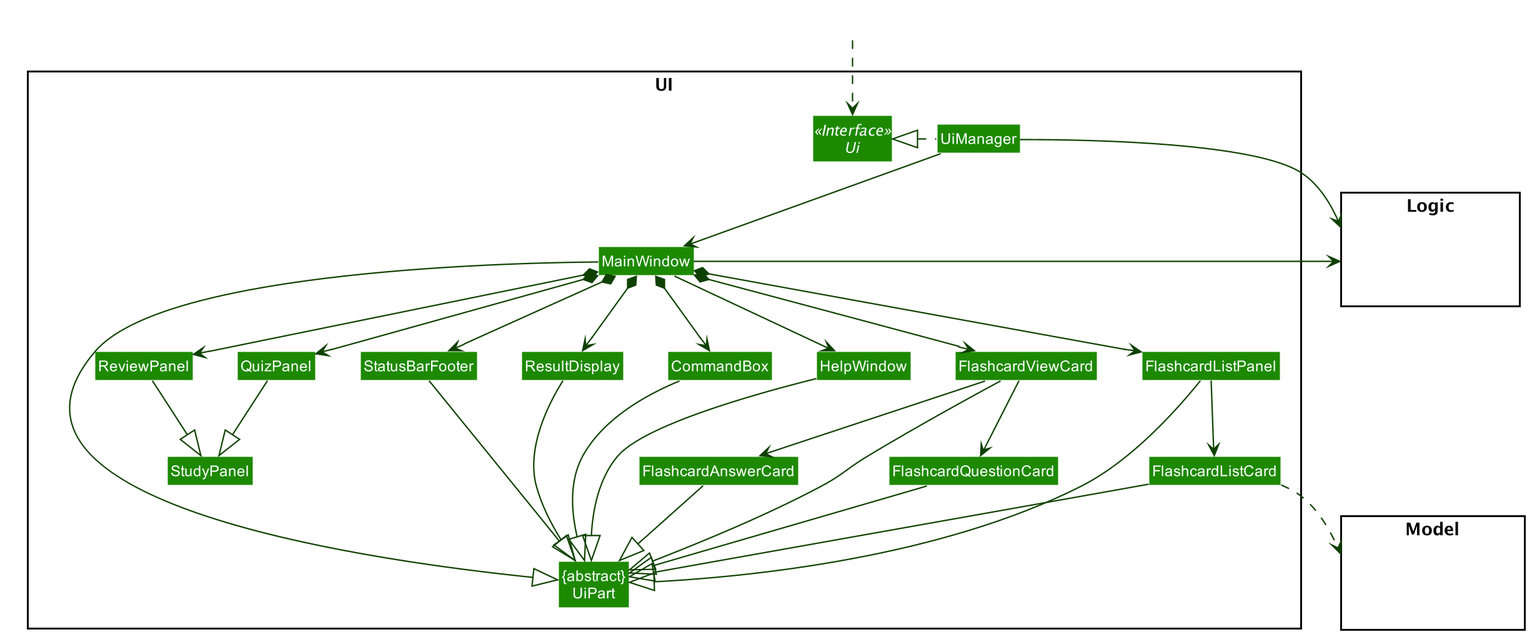
The PlantUML diagram docs/images/UiClassDiagram.png in nus-cs2103-AY2021S1/tp, before a commit.
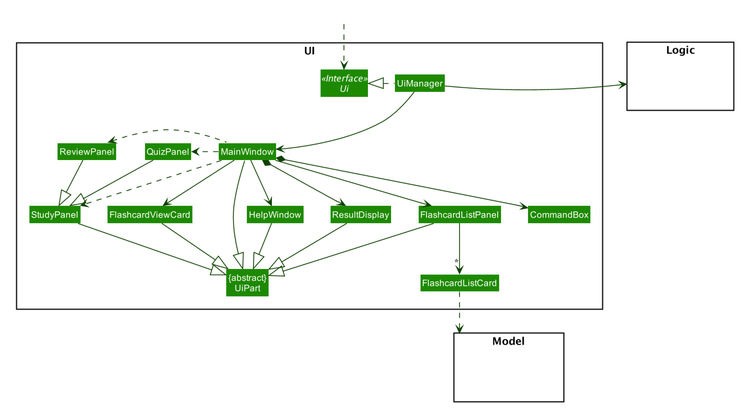
After the change.

Commit message:
Add UI Class Diagram

What changed in the source:
```diff
@@ -57,17 +57,15 @@
 Class UiManager
 Class MainWindow
 Class HelpWindow
-Class StudyPanel
-Class QuizPanel
-Class ReviewPanel
 Class ResultDisplay
+Class CommandBox
 Class FlashcardListPanel
 Class FlashcardListCard
 Class FlashcardViewCard
-Class FlashcardQuestionCard
-Class FlashcardAnswerCard
-Class StatusBarFooter
-Class CommandBox
+Class StudyPanel
+Class ReviewPanel
+Class QuizPanel
+
 }
 
 package Model <<Rectangle>> {
@@ -80,47 +78,35 @@
 
 Class HiddenOutside #FFFFFF
 HiddenOutside ..> Ui
+UiManager .left.|> Ui
+UiManager -right-> Logic
+UiManager -down-> MainWindow
 
-UiManager .left.|> Ui
-UiManager -down-> MainWindow
-MainWindow --> HelpWindow
+MainWindow -down-> FlashcardListPanel
+MainWindow *-down-> ResultDisplay
 MainWindow *-down-> CommandBox
-MainWindow *-down-> ResultDisplay
-MainWindow *-down-> FlashcardListPanel
-MainWindow *-down-> FlashcardViewCard
-MainWindow *-down-> StatusBarFooter
-MainWindow *-down-> ReviewPanel
-MainWindow *-down-> QuizPanel
+FlashcardListPanel -down-> "*" FlashcardListCard
+MainWindow -down-> FlashcardViewCard
+MainWindow -down-> HelpWindow
+MainWindow -right..> StudyPanel
+MainWindow -left..> ReviewPanel
+MainWindow -right..> QuizPanel
 
-ReviewPanel --|> StudyPanel
-QuizPanel --|> StudyPanel
+QuizPanel -down-|> StudyPanel
+ReviewPanel -down-|> StudyPanel
 
-FlashcardListPanel -down-> FlashcardListCard
-FlashcardViewCard -down-> FlashcardQuestionCard
-FlashcardViewCard -down-> FlashcardAnswerCard
-
-MainWindow -left-|> UiPart
-
+HelpWindow --|> UiPart
 ResultDisplay --|> UiPart
-CommandBox --|> UiPart
 FlashcardListPanel --|> UiPart
-FlashcardListCard --|> UiPart
 FlashcardViewCard --|> UiPart
-FlashcardQuestionCard --|> UiPart
-FlashcardAnswerCard --|> UiPart
-StatusBarFooter --|> UiPart
-HelpWindow -down-|> UiPart
+StudyPanel --|> UiPart
+MainWindow -right-|> UiPart
 
 FlashcardListCard ..> Model
-UiManager -right-> Logic
-MainWindow -left-> Logic
 
-QuizPanel -[hidden]left- ReviewPanel
-FlashcardListPanel -[hidden]left- FlashcardViewCard
-FlashcardViewCard -[hidden]left- HelpWindow
-HelpWindow -[hidden]left- CommandBox
-CommandBox -[hidden]left- ResultDisplay
-ResultDisplay -[hidden]left- StatusBarFooter
-
-MainWindow -[hidden]-|> UiPart
+StudyPanel -[hidden]right-> FlashcardListPanel
+HelpWindow -[hidden]left-> FlashcardListPanel
+ResultDisplay -[hidden]left-> HelpWindow
+FlashcardViewCard -[hidden]right-> FlashcardListPanel
+StudyPanel -[hidden]left-> ResultDisplay
 @enduml
```
